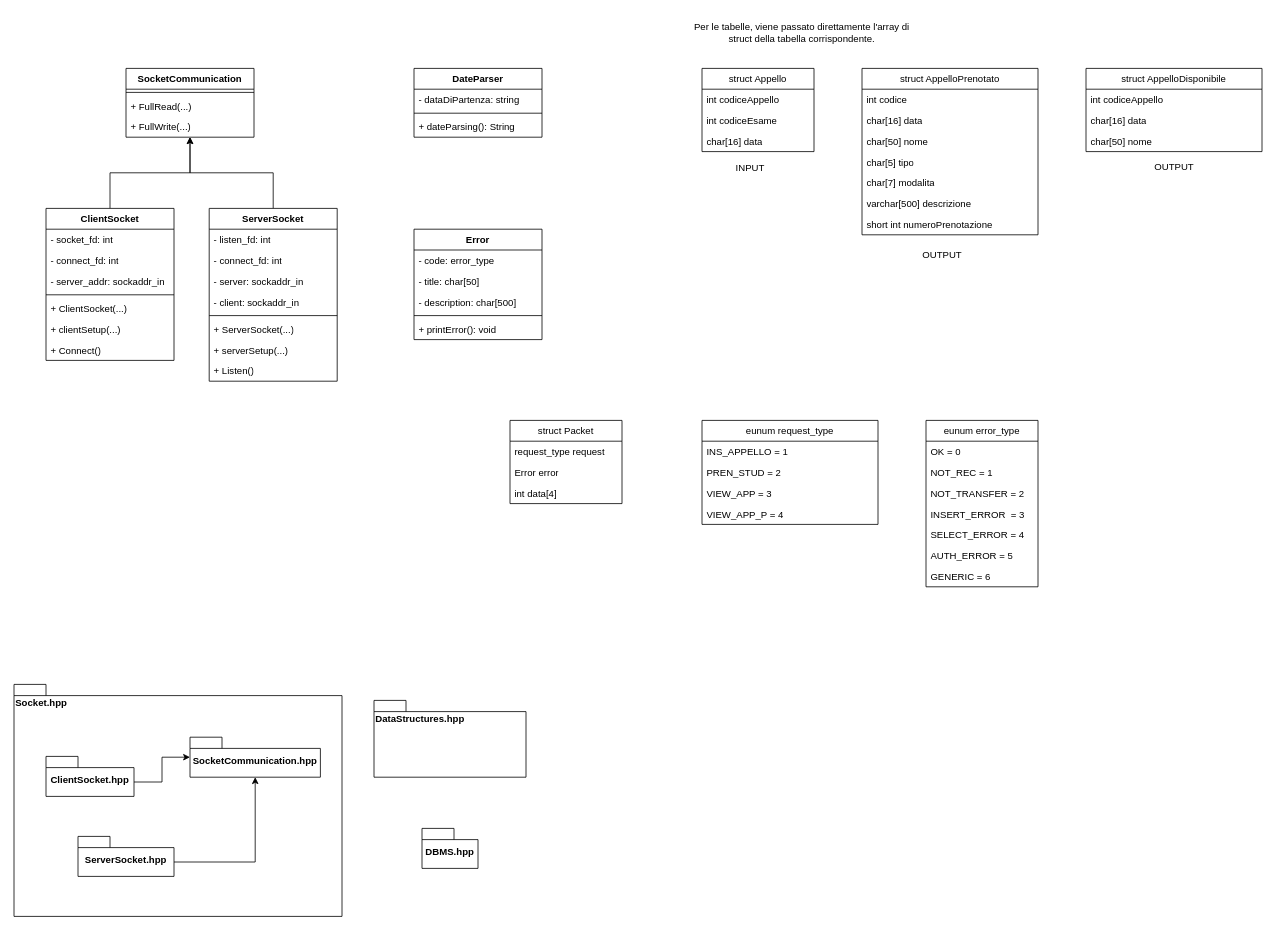
Above: documentazione/Classi_Librerie.drawio in NicolaPonticelli001/reti_di_calcolatori_gestionale_uni (draw.io), before the change. Source tidied: cells renumbered, new cells numbered last; positions are measured from the earlier drawing's top-left corner, leaving out a move shared by most shapes. Both pictures are drawn from the tidied source at 80%, with x=0, y=0 at pixel (14, 14).
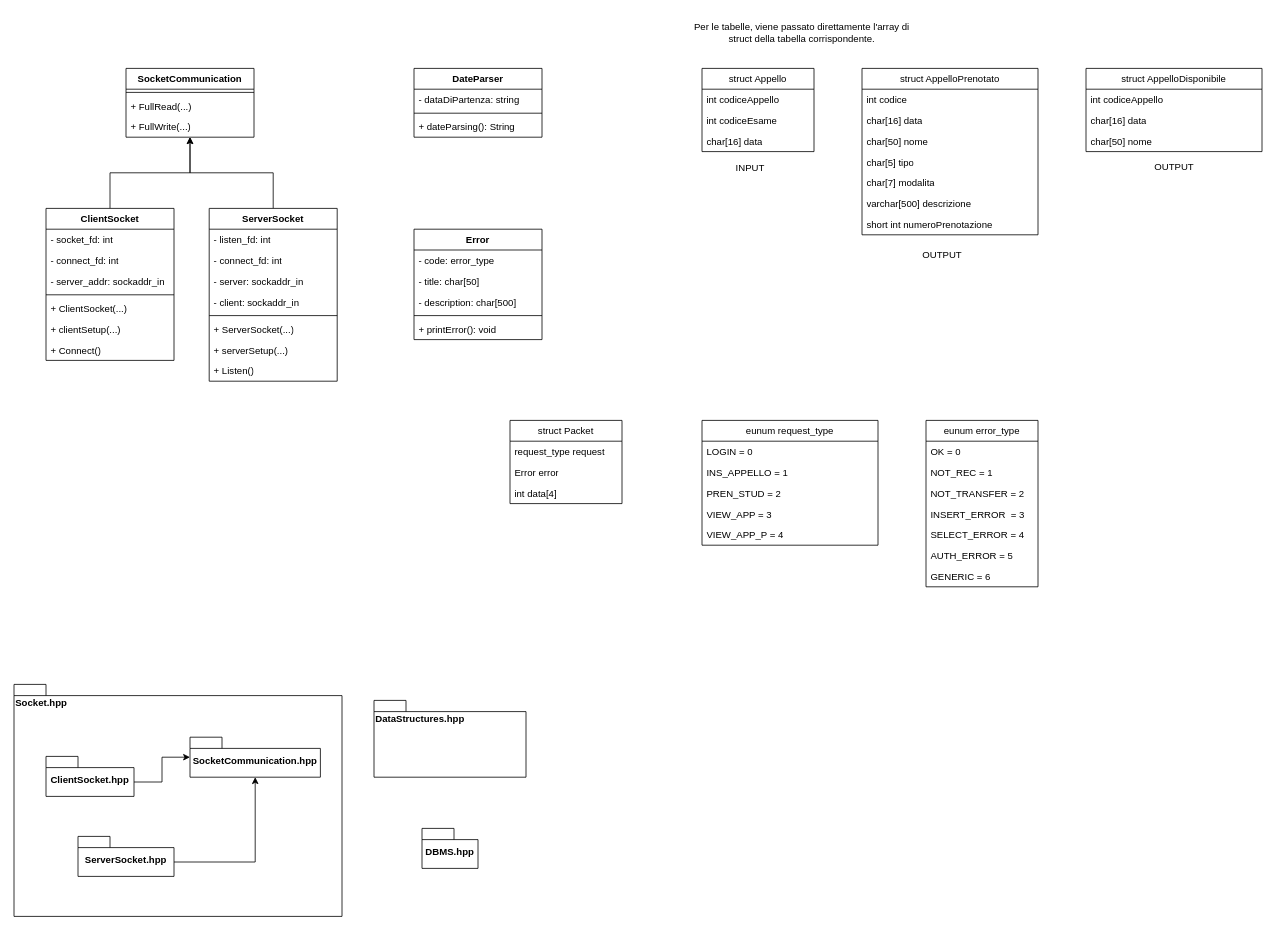
After the change.

Commit message (it also covers changes not shown here):
Aggiornamenti minori

The edit, as a diff of the source:
```diff
@@
     <mxCell id="32" value="eunum request_type" style="swimlane;fontStyle=0;horizontal=1;startSize=26;fillColor=none;whiteSpace=wrap;html=1;" parent="1" vertex="1">
-      <mxGeometry x="860" y="508" width="220" height="130" as="geometry" />
+      <mxGeometry x="860" y="508" width="220" height="156" as="geometry" />
     </mxCell>
+    <mxCell id="80" value="LOGIN = 0" style="text;strokeColor=none;fillColor=none;align=left;verticalAlign=top;spacingLeft=4;spacingRight=4;overflow=hidden;whiteSpace=wrap;html=1;" parent="32" vertex="1">
+      <mxGeometry y="26" width="220" height="26" as="geometry" />
+    </mxCell>
     <mxCell id="33" value="INS_APPELLO = 1" style="text;strokeColor=none;fillColor=none;align=left;verticalAlign=top;spacingLeft=4;spacingRight=4;overflow=hidden;whiteSpace=wrap;html=1;" parent="32" vertex="1">
-      <mxGeometry y="26" width="220" height="26" as="geometry" />
+      <mxGeometry y="52" width="220" height="26" as="geometry" />
     </mxCell>
     <mxCell id="34" value="PREN_STUD = 2" style="text;strokeColor=none;fillColor=none;align=left;verticalAlign=top;spacingLeft=4;spacingRight=4;overflow=hidden;whiteSpace=wrap;html=1;" parent="32" vertex="1">
-      <mxGeometry y="52" width="220" height="26" as="geometry" />
+      <mxGeometry y="78" width="220" height="26" as="geometry" />
     </mxCell>
     <mxCell id="35" value="VIEW_APP = 3" style="text;strokeColor=none;fillColor=none;align=left;verticalAlign=top;spacingLeft=4;spacingRight=4;overflow=hidden;whiteSpace=wrap;html=1;" parent="32" vertex="1">
-      <mxGeometry y="78" width="220" height="26" as="geometry" />
+      <mxGeometry y="104" width="220" height="26" as="geometry" />
     </mxCell>
     <mxCell id="36" value="VIEW_APP_P = 4" style="text;strokeColor=none;fillColor=none;align=left;verticalAlign=top;spacingLeft=4;spacingRight=4;overflow=hidden;whiteSpace=wrap;html=1;" parent="32" vertex="1">
-      <mxGeometry y="104" width="220" height="26" as="geometry" />
+      <mxGeometry y="130" width="220" height="26" as="geometry" />
     </mxCell>
```
